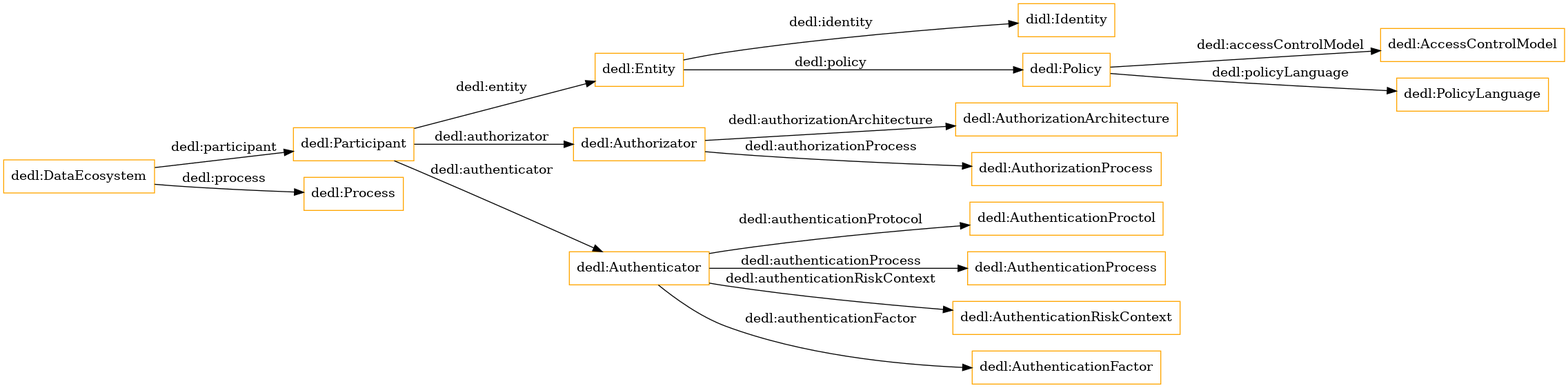
Above: OnToology/dedl.ttl/diagrams/ar2dtool-class/dedl.ttl.png in jiahang-chen/dedl (Graphviz), before the change. Its source is kept beside it as OnToology/dedl.ttl/diagrams/ar2dtool-class/dedl.ttl.png.dot. The source it was exported from:
```dot
digraph ar2dtool_diagram {
rankdir=LR;
size="1501"
node [shape = rectangle, color="orange"]; "dedl:AccessControlModel" "dedl:AuthenticationProctol" "dedl:AuthenticationProcess" "dedl:Participant" "dedl:Entity" "dedl:AuthorizationArchitecture" "dedl:Authorizator" "dedl:Authenticator" "didl:Identity" "dedl:AuthenticationRiskContext" "dedl:DataEcosystem" "dedl:PolicyLanguage" "dedl:AuthenticationFactor" "dedl:Process" "dedl:Policy" "dedl:AuthorizationProcess" ; /*classes style*/
	"dedl:Entity" -> "didl:Identity" [ label = "dedl:identity" ];
	"dedl:DataEcosystem" -> "dedl:Participant" [ label = "dedl:participant" ];
	"dedl:Policy" -> "dedl:AccessControlModel" [ label = "dedl:accessControlModel" ];
	"dedl:Authenticator" -> "dedl:AuthenticationProcess" [ label = "dedl:authenticationProcess" ];
	"dedl:Entity" -> "dedl:Policy" [ label = "dedl:policy" ];
	"dedl:Authenticator" -> "dedl:AuthenticationFactor" [ label = "dedl:authenticationFactor" ];
	"dedl:Authorizator" -> "dedl:AuthorizationProcess" [ label = "dedl:authorizationProcess" ];
	"dedl:Participant" -> "dedl:Authenticator" [ label = "dedl:authenticator" ];
	"dedl:Participant" -> "dedl:Authorizator" [ label = "dedl:authorizator" ];
	"dedl:Authenticator" -> "dedl:AuthenticationRiskContext" [ label = "dedl:authenticationRiskContext" ];
	"dedl:Authenticator" -> "dedl:AuthenticationProctol" [ label = "dedl:authenticationProtocol" ];
	"dedl:Policy" -> "dedl:PolicyLanguage" [ label = "dedl:policyLanguage" ];
	"dedl:Participant" -> "dedl:Entity" [ label = "dedl:entity" ];
	"dedl:Authorizator" -> "dedl:AuthorizationArchitecture" [ label = "dedl:authorizationArchitecture" ];
	"dedl:DataEcosystem" -> "dedl:Process" [ label = "dedl:process" ];

}
```
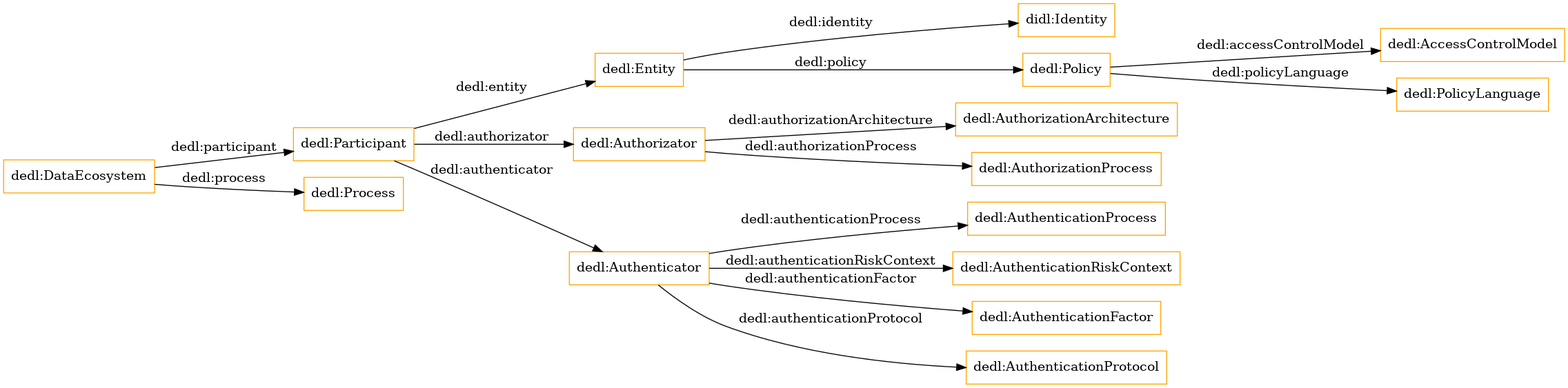
Above is the later version.

What changed in the source:
```diff
@@ -1,7 +1,7 @@
 digraph ar2dtool_diagram {
 rankdir=LR;
 size="1501"
-node [shape = rectangle, color="orange"]; "dedl:AccessControlModel" "dedl:AuthenticationProctol" "dedl:AuthenticationProcess" "dedl:Participant" "dedl:Entity" "dedl:AuthorizationArchitecture" "dedl:Authorizator" "dedl:Authenticator" "didl:Identity" "dedl:AuthenticationRiskContext" "dedl:DataEcosystem" "dedl:PolicyLanguage" "dedl:AuthenticationFactor" "dedl:Process" "dedl:Policy" "dedl:AuthorizationProcess" ; /*classes style*/
+node [shape = rectangle, color="orange"]; "dedl:AccessControlModel" "dedl:AuthenticationProcess" "dedl:Participant" "dedl:Entity" "dedl:AuthorizationArchitecture" "dedl:Authorizator" "dedl:Authenticator" "didl:Identity" "dedl:AuthenticationRiskContext" "dedl:DataEcosystem" "dedl:PolicyLanguage" "dedl:AuthenticationFactor" "dedl:Process" "dedl:Policy" "dedl:AuthenticationProtocol" "dedl:AuthorizationProcess" ; /*classes style*/
 	"dedl:Entity" -> "didl:Identity" [ label = "dedl:identity" ];
 	"dedl:DataEcosystem" -> "dedl:Participant" [ label = "dedl:participant" ];
 	"dedl:Policy" -> "dedl:AccessControlModel" [ label = "dedl:accessControlModel" ];
@@ -12,7 +12,7 @@
 	"dedl:Participant" -> "dedl:Authenticator" [ label = "dedl:authenticator" ];
 	"dedl:Participant" -> "dedl:Authorizator" [ label = "dedl:authorizator" ];
 	"dedl:Authenticator" -> "dedl:AuthenticationRiskContext" [ label = "dedl:authenticationRiskContext" ];
-	"dedl:Authenticator" -> "dedl:AuthenticationProctol" [ label = "dedl:authenticationProtocol" ];
+	"dedl:Authenticator" -> "dedl:AuthenticationProtocol" [ label = "dedl:authenticationProtocol" ];
 	"dedl:Policy" -> "dedl:PolicyLanguage" [ label = "dedl:policyLanguage" ];
 	"dedl:Participant" -> "dedl:Entity" [ label = "dedl:entity" ];
 	"dedl:Authorizator" -> "dedl:AuthorizationArchitecture" [ label = "dedl:authorizationArchitecture" ];
```
